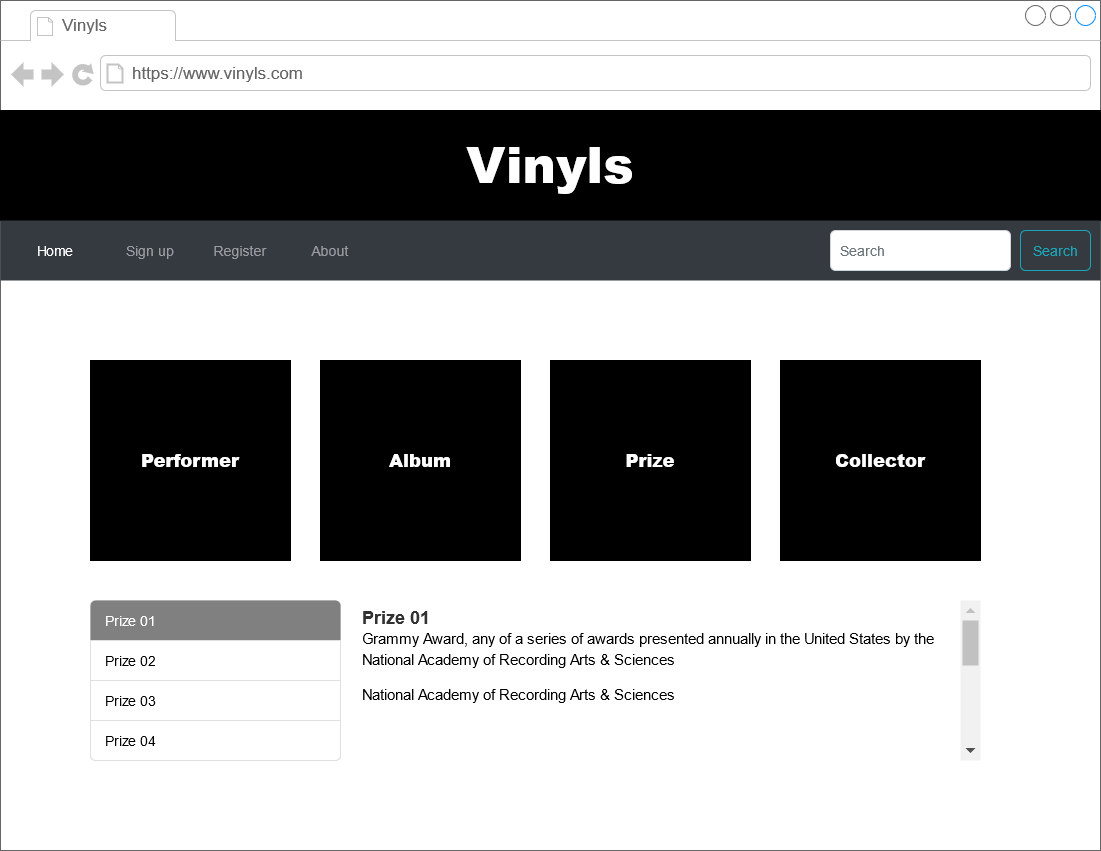
Before: images/Vinyls-Prize.png, a diagram exported from draw.io (manuelortizvillamarin/MISW04). Source tidied: cells renumbered, new cells last; positions are measured from the earlier drawing's top-left corner, leaving out a move shared by most shapes.
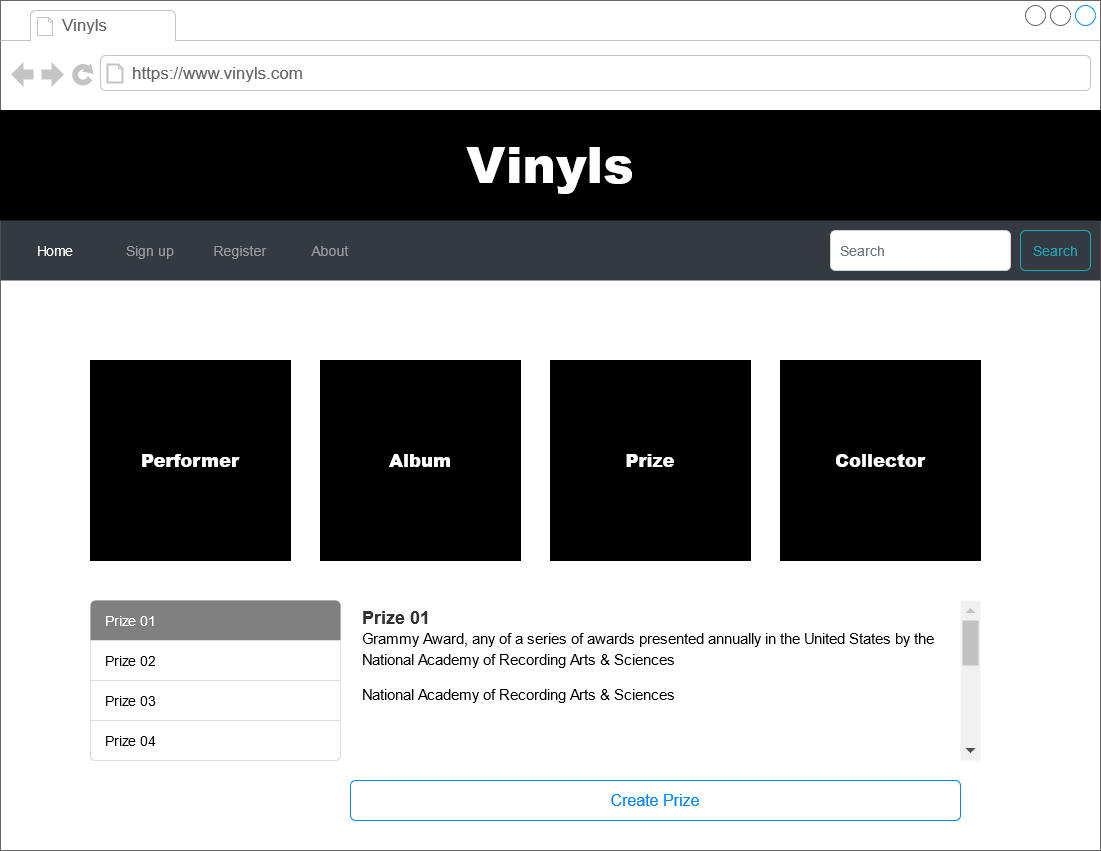
After the change.

Commit message:
Update Vinyls-Prize and add Prize-Create

The edit, as a diff of the source:
```diff
@@ -114,5 +114,8 @@
         <mxPoint x="5" y="-12.5" as="offset" />
       </mxGeometry>
     </mxCell>
+    <mxCell id="32" value="Create Prize" style="html=1;shadow=0;dashed=0;shape=mxgraph.bootstrap.rrect;rSize=5;strokeColor=#0085FC;strokeWidth=1;fillColor=none;fontColor=#0085FC;whiteSpace=wrap;align=center;verticalAlign=middle;spacingLeft=0;fontStyle=0;fontSize=16;spacing=5;" parent="2" vertex="1">
+      <mxGeometry x="350" y="780" width="610" height="40" as="geometry" />
+    </mxCell>
   </root>
 </mxGraphModel>
```
